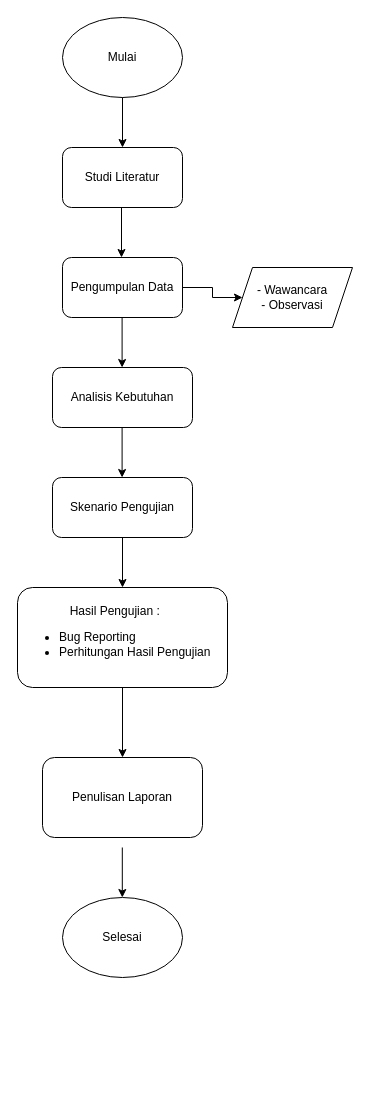
Earlier version of the draw.io diagram Diagram Tanpa Judul.drawio (atoengg/enggmedsos.github.io). Source tidied: cells renumbered, new cells numbered last; positions are measured from the earlier drawing's top-left corner, leaving out a move shared by most shapes. Both pictures are drawn from the tidied source at 100%, with x=0, y=0 at pixel (17, 17).
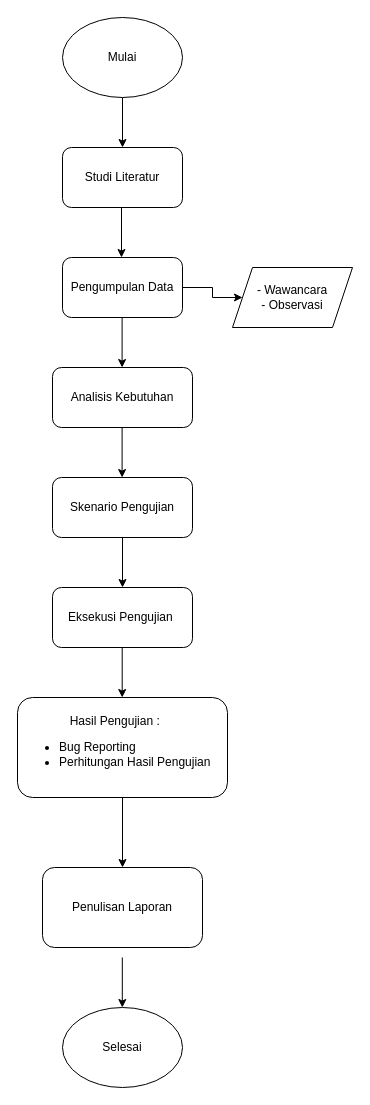
Above is the later version.

Commit message:
Update: penambahan alur eksekusi pengujain

The edit, as a diff of the source:
```diff
@@
     <mxCell id="15" value="&lt;div style=&quot;text-align: center;&quot;&gt;&lt;span style=&quot;background-color: initial;&quot;&gt;Hasil Pengujian :&lt;/span&gt;&lt;/div&gt;&lt;div&gt;&lt;ul&gt;&lt;li&gt;Bug Reporting&lt;/li&gt;&lt;li&gt;Perhitungan Hasil Pengujian&lt;/li&gt;&lt;/ul&gt;&lt;/div&gt;" style="rounded=1;whiteSpace=wrap;html=1;align=left;" parent="1" vertex="1">
-      <mxGeometry y="570" width="210" height="100" as="geometry" />
+      <mxGeometry y="680" width="210" height="100" as="geometry" />
     </mxCell>
     <mxCell id="16" style="edgeStyle=orthogonalEdgeStyle;rounded=0;orthogonalLoop=1;jettySize=auto;html=1;exitX=0.5;exitY=1;exitDx=0;exitDy=0;" parent="1" edge="1">
       <mxGeometry relative="1" as="geometry">
-        <mxPoint x="104.8" y="830" as="sourcePoint" />
-        <mxPoint x="104.8" y="880" as="targetPoint" />
+        <mxPoint x="104.8" y="940" as="sourcePoint" />
+        <mxPoint x="104.8" y="990" as="targetPoint" />
       </mxGeometry>
     </mxCell>
     <mxCell id="17" value="Penulisan Laporan" style="rounded=1;whiteSpace=wrap;html=1;" parent="1" vertex="1">
-      <mxGeometry x="25" y="740" width="160" height="80" as="geometry" />
+      <mxGeometry x="25" y="850" width="160" height="80" as="geometry" />
     </mxCell>
     <mxCell id="18" value="Selesai" style="ellipse;whiteSpace=wrap;html=1;" parent="1" vertex="1">
-      <mxGeometry x="45" y="880" width="120" height="80" as="geometry" />
+      <mxGeometry x="45" y="990" width="120" height="80" as="geometry" />
     </mxCell>
+    <mxCell id="19" value="Eksekusi Pengujian&amp;nbsp;" style="rounded=1;whiteSpace=wrap;html=1;labelBackgroundColor=none;" parent="1" vertex="1">
+      <mxGeometry x="35" y="570" width="140" height="60" as="geometry" />
+    </mxCell>
+    <mxCell id="20" style="endArrow=classic;html=1;rounded=0;exitX=0.5;exitY=1;exitDx=0;exitDy=0;labelBackgroundColor=none;fontColor=default;" parent="1" edge="1">
+      <mxGeometry relative="1" as="geometry">
+        <mxPoint x="104.7" y="630" as="sourcePoint" />
+        <mxPoint x="104.7" y="680" as="targetPoint" />
+      </mxGeometry>
+    </mxCell>
```
